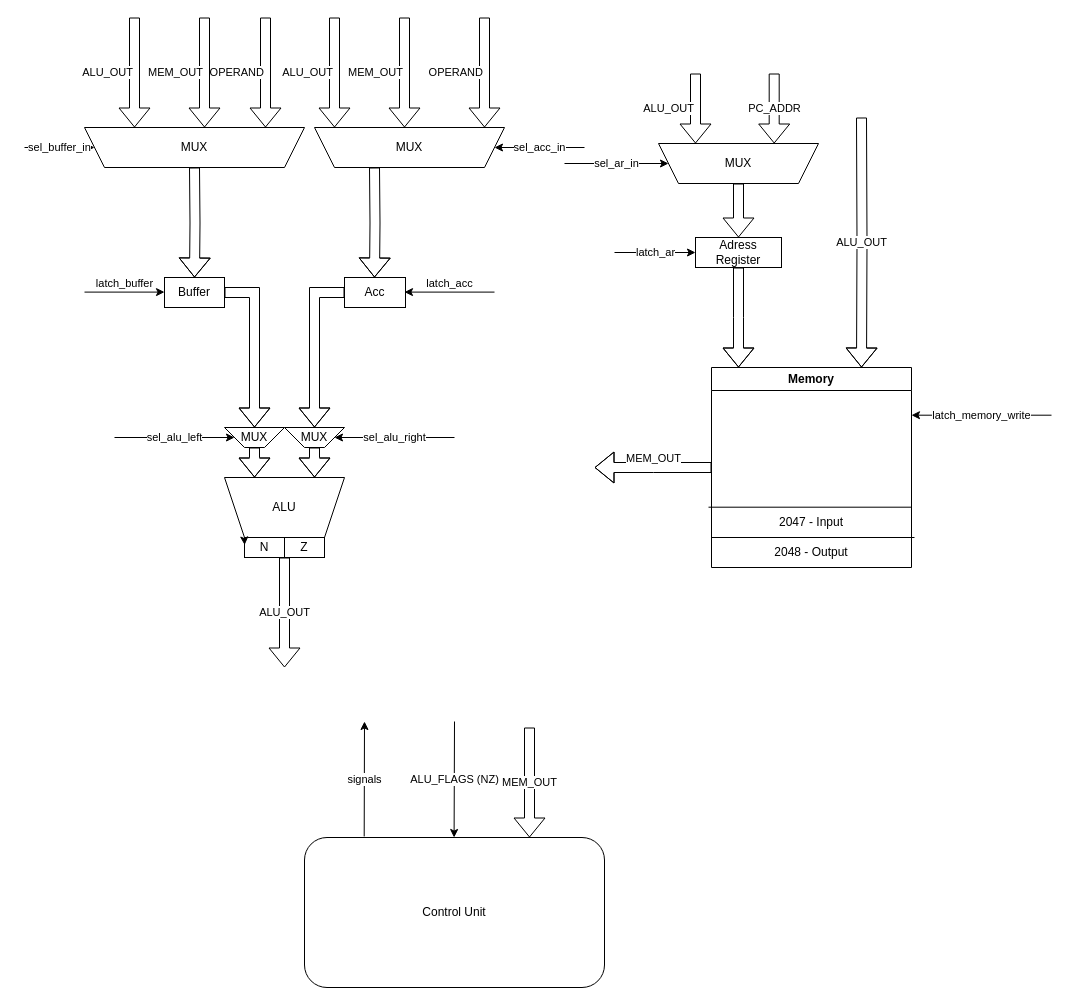
Earlier version of the draw.io diagram docs/schemes/datapath.drawio (FEgor04/csa-lab3). Source tidied: cells renumbered, new cells numbered last; positions are measured from the earlier drawing's top-left corner, leaving out a move shared by most shapes. Both pictures are drawn from the tidied source at 100%, with x=0, y=0 at pixel (24, 17).
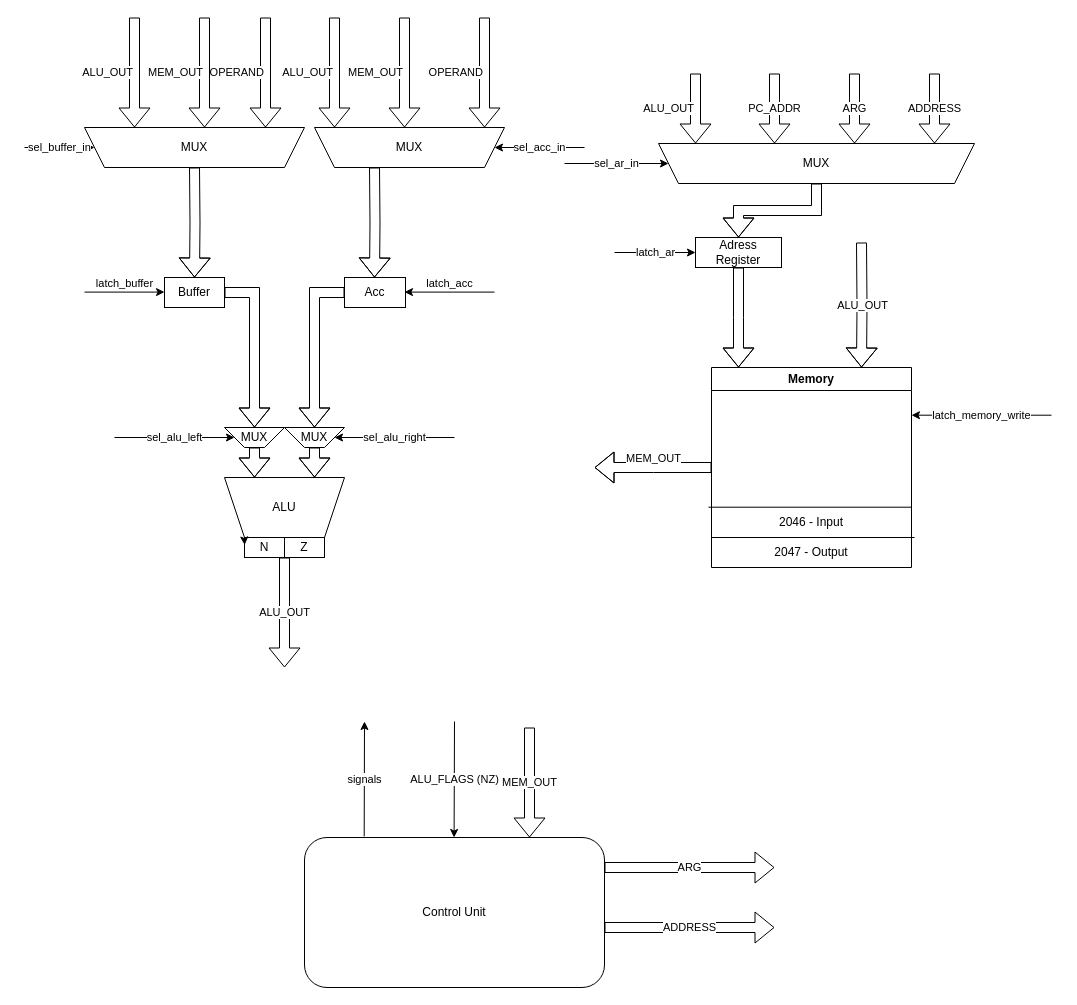
The same diagram, later.

Commit message (it also covers changes not shown here):
feat: address fetch

The change refers to these unchanged cells:
```xml
<mxCell id="13" value="Memory" style="swimlane;whiteSpace=wrap;html=1;" parent="1" vertex="1">
  <mxGeometry x="687" y="350" width="200" height="200" as="geometry" />
</mxCell>
```

The edit, as a diff of the source:
```diff
@@
-    <mxCell id="16" value="2047 - Input" style="text;html=1;align=center;verticalAlign=middle;whiteSpace=wrap;rounded=0;" parent="13" vertex="1">
+    <mxCell id="16" value="2046 - Input" style="text;html=1;align=center;verticalAlign=middle;whiteSpace=wrap;rounded=0;" parent="13" vertex="1">
       <mxGeometry y="140" width="200" height="30" as="geometry" />
     </mxCell>
-    <mxCell id="17" value="2048 - Output" style="text;html=1;align=center;verticalAlign=middle;whiteSpace=wrap;rounded=0;" parent="13" vertex="1">
+    <mxCell id="17" value="2047 - Output" style="text;html=1;align=center;verticalAlign=middle;whiteSpace=wrap;rounded=0;" parent="13" vertex="1">
       <mxGeometry y="170" width="200" height="30" as="geometry" />
     </mxCell>
@@
     <mxCell id="28" value="ALU_OUT" style="edgeStyle=orthogonalEdgeStyle;rounded=0;jettySize=auto;html=1;entryX=0.75;entryY=0;entryDx=0;entryDy=0;shape=flexArrow;" parent="1" edge="1" target="13">
       <mxGeometry relative="1" as="geometry">
-        <mxPoint x="837" y="100" as="sourcePoint" />
+        <mxPoint x="837" y="225" as="sourcePoint" />
       </mxGeometry>
     </mxCell>
@@
     <mxCell id="39" value="PC_ADDR" style="edgeStyle=orthogonalEdgeStyle;rounded=0;orthogonalLoop=1;jettySize=auto;html=1;shape=flexArrow;align=center;" parent="1" edge="1">
       <mxGeometry relative="1" as="geometry">
-        <mxPoint x="749.7" y="56" as="sourcePoint" />
-        <mxPoint x="749.7" y="126" as="targetPoint" />
+        <mxPoint x="750" y="56" as="sourcePoint" />
+        <mxPoint x="750" y="126" as="targetPoint" />
       </mxGeometry>
     </mxCell>
@@
     <mxCell id="41" value="MUX" style="shape=trapezoid;perimeter=trapezoidPerimeter;whiteSpace=wrap;html=1;fixedSize=1;flipV=1;" parent="1" vertex="1">
-      <mxGeometry x="634" y="126" width="160" height="40" as="geometry" />
+      <mxGeometry x="634" y="126" width="316" height="40" as="geometry" />
     </mxCell>
@@
+    <mxCell id="52" value="ARG" style="edgeStyle=orthogonalEdgeStyle;rounded=0;orthogonalLoop=1;jettySize=auto;html=1;shape=flexArrow;" parent="1" edge="1">
+      <mxGeometry relative="1" as="geometry">
+        <mxPoint x="580" y="850" as="sourcePoint" />
+        <mxPoint x="750" y="850" as="targetPoint" />
+      </mxGeometry>
+    </mxCell>
@@
+    <mxCell id="53" value="ARG" style="edgeStyle=orthogonalEdgeStyle;rounded=0;orthogonalLoop=1;jettySize=auto;html=1;shape=flexArrow;align=center;" parent="1" edge="1">
+      <mxGeometry relative="1" as="geometry">
+        <mxPoint x="830" y="56" as="sourcePoint" />
+        <mxPoint x="830" y="126" as="targetPoint" />
+      </mxGeometry>
+    </mxCell>
+    <mxCell id="54" value="ADDRESS" style="edgeStyle=orthogonalEdgeStyle;rounded=0;orthogonalLoop=1;jettySize=auto;html=1;shape=flexArrow;align=center;" parent="1" edge="1">
+      <mxGeometry relative="1" as="geometry">
+        <mxPoint x="910" y="56" as="sourcePoint" />
+        <mxPoint x="910" y="126" as="targetPoint" />
+      </mxGeometry>
+    </mxCell>
+    <mxCell id="55" value="ADDRESS" style="edgeStyle=orthogonalEdgeStyle;rounded=0;orthogonalLoop=1;jettySize=auto;html=1;shape=flexArrow;" parent="1" edge="1">
+      <mxGeometry relative="1" as="geometry">
+        <mxPoint x="580" y="910" as="sourcePoint" />
+        <mxPoint x="750" y="910" as="targetPoint" />
+      </mxGeometry>
+    </mxCell>
```
